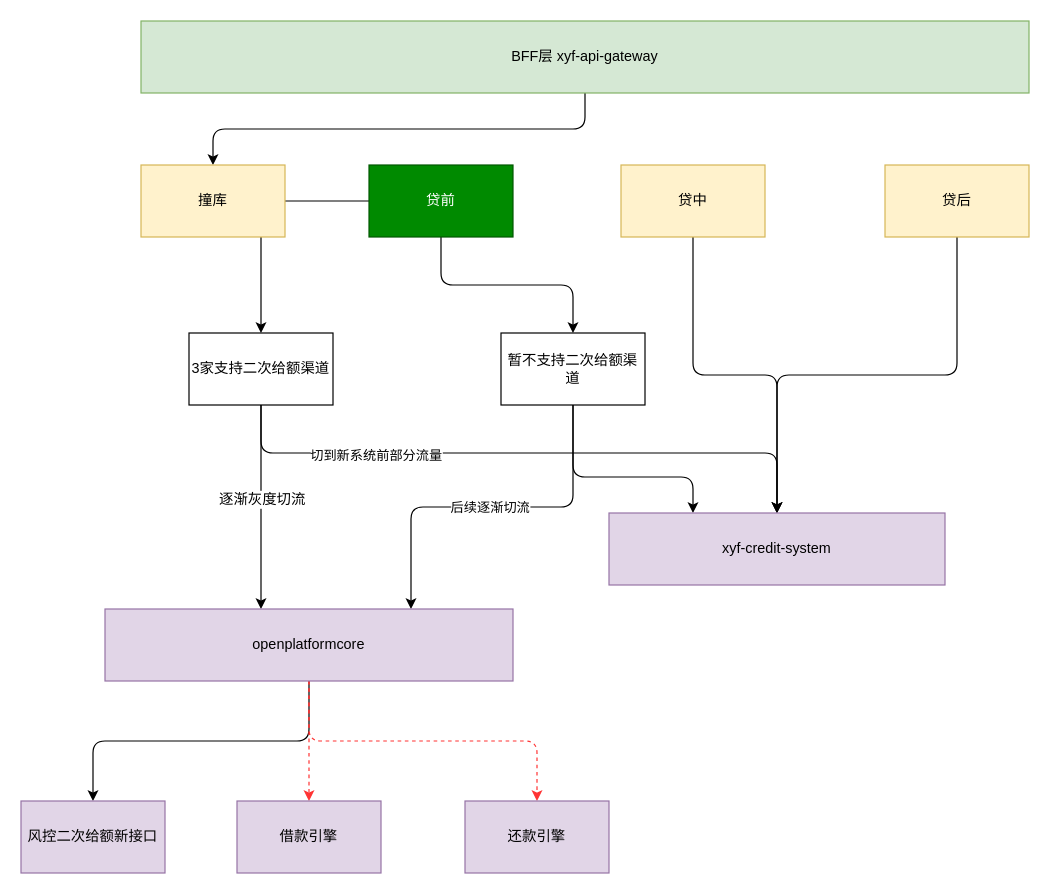
The draw.io diagram api产品中心-3.30目标架构.drawio in yuanlj-tea/picgo, before the edit. Source tidied: cells renumbered, new cells numbered last; positions are measured from the earlier drawing's top-left corner, leaving out a move shared by most shapes. Both pictures are drawn from the tidied source at 120%, with x=0, y=0 at pixel (20, 20).
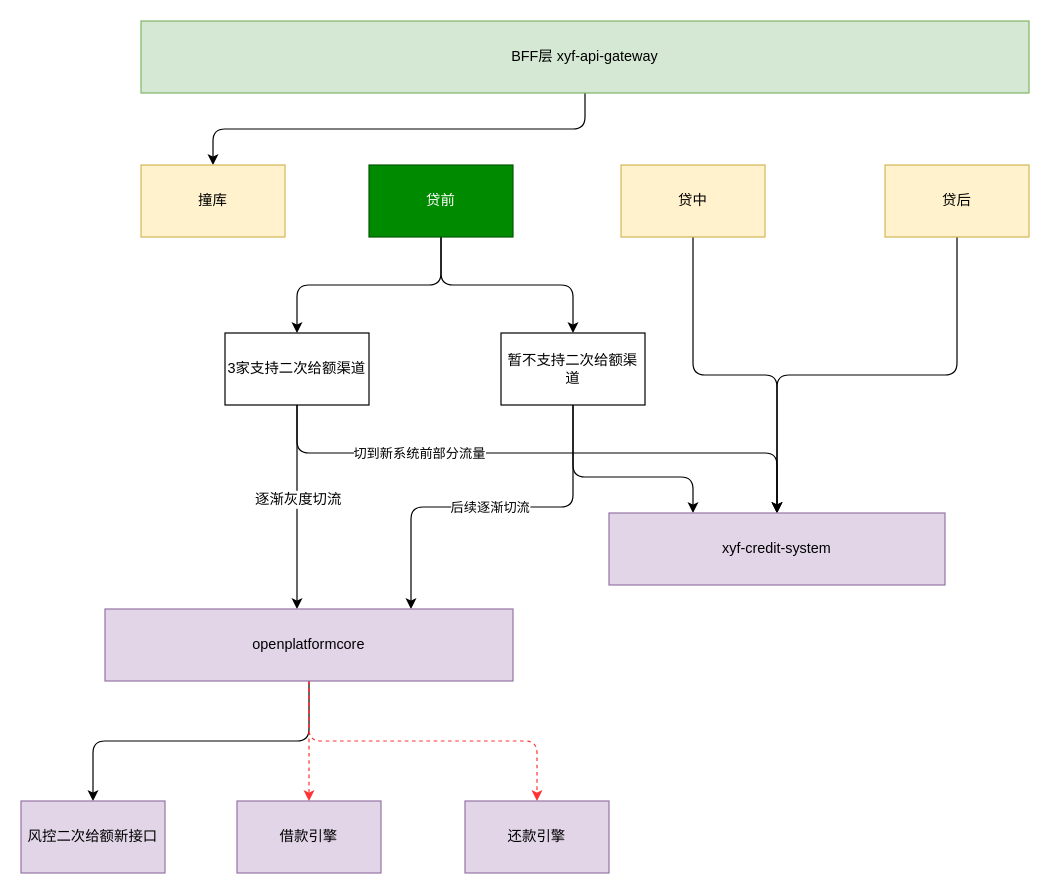
The same diagram, later.

Commit message:
更新api产品中心-3.30目标架构.drawio

Unchanged cells that the change refers to:
```xml
<mxCell id="6" value="贷前" style="rounded=0;whiteSpace=wrap;html=1;fillColor=#008a00;strokeColor=#005700;fontColor=#ffffff;" parent="1" vertex="1">
  <mxGeometry x="290" y="120" width="120" height="60" as="geometry" />
</mxCell>
<mxCell id="21" value="xyf-credit-system" style="rounded=0;whiteSpace=wrap;html=1;fillColor=#e1d5e7;strokeColor=#9673a6;" parent="1" vertex="1">
  <mxGeometry x="490" y="410" width="280" height="60" as="geometry" />
</mxCell>
<mxCell id="25" value="openplatformcore" style="rounded=0;whiteSpace=wrap;html=1;fillColor=#e1d5e7;strokeColor=#9673a6;" parent="1" vertex="1">
  <mxGeometry x="70" y="490" width="340" height="60" as="geometry" />
</mxCell>
```

Change to the diagram source:
```diff
@@
     <mxCell id="4" style="edgeStyle=orthogonalEdgeStyle;rounded=1;jettySize=auto;html=1;entryX=0.5;entryY=0;entryDx=0;entryDy=0;curved=0;" parent="1" edge="1" source="6" target="16">
-      <mxGeometry relative="1" as="geometry" />
+      <mxGeometry relative="1" as="geometry">
+        <Array as="points">
+          <mxPoint x="350" y="220" />
+          <mxPoint x="230" y="220" />
+        </Array>
+      </mxGeometry>
     </mxCell>
@@
-    <mxCell id="12" style="edgeStyle=orthogonalEdgeStyle;shape=connector;curved=0;rounded=1;jettySize=auto;html=1;labelBackgroundColor=default;strokeColor=default;align=center;verticalAlign=middle;fontFamily=Helvetica;fontSize=11;fontColor=default;endArrow=classic;" parent="1" edge="1" source="16" target="25">
+    <mxCell id="12" style="edgeStyle=orthogonalEdgeStyle;shape=connector;curved=0;rounded=1;jettySize=auto;html=1;labelBackgroundColor=default;strokeColor=default;align=center;verticalAlign=middle;fontFamily=Helvetica;fontSize=11;fontColor=default;endArrow=classic;exitX=0.5;exitY=1;exitDx=0;exitDy=0;" parent="1" edge="1" source="16" target="25">
       <mxGeometry relative="1" as="geometry">
         <Array as="points">
-          <mxPoint x="200" y="450" />
-          <mxPoint x="200" y="450" />
+          <mxPoint x="230" y="410" />
+          <mxPoint x="230" y="410" />
         </Array>
       </mxGeometry>
     </mxCell>
@@
     <mxCell id="14" style="edgeStyle=orthogonalEdgeStyle;shape=connector;curved=0;rounded=1;jettySize=auto;html=1;entryX=0.5;entryY=0;entryDx=0;entryDy=0;labelBackgroundColor=default;strokeColor=default;align=center;verticalAlign=middle;fontFamily=Helvetica;fontSize=11;fontColor=default;endArrow=classic;exitX=0.5;exitY=1;exitDx=0;exitDy=0;" parent="1" edge="1" source="16" target="21">
       <mxGeometry relative="1" as="geometry">
         <Array as="points">
-          <mxPoint x="200" y="360" />
+          <mxPoint x="230" y="360" />
           <mxPoint x="630" y="360" />
         </Array>
       </mxGeometry>
     </mxCell>
     <mxCell id="15" value="切到新系统前部分流量" style="edgeLabel;html=1;align=center;verticalAlign=middle;fontSize=11;fontFamily=Helvetica;fontColor=default;" parent="14" vertex="1">
       <mxGeometry x="-0.14" y="-1" relative="1" as="geometry">
-        <mxPoint x="-89" as="offset" />
+        <mxPoint x="-70" y="-1" as="offset" />
       </mxGeometry>
     </mxCell>
     <mxCell id="16" value="3家支持二次给额渠道" style="rounded=0;whiteSpace=wrap;html=1;" parent="1" vertex="1">
-      <mxGeometry x="140" y="260" width="120" height="60" as="geometry" />
+      <mxGeometry x="170" y="260" width="120" height="60" as="geometry" />
     </mxCell>
```
